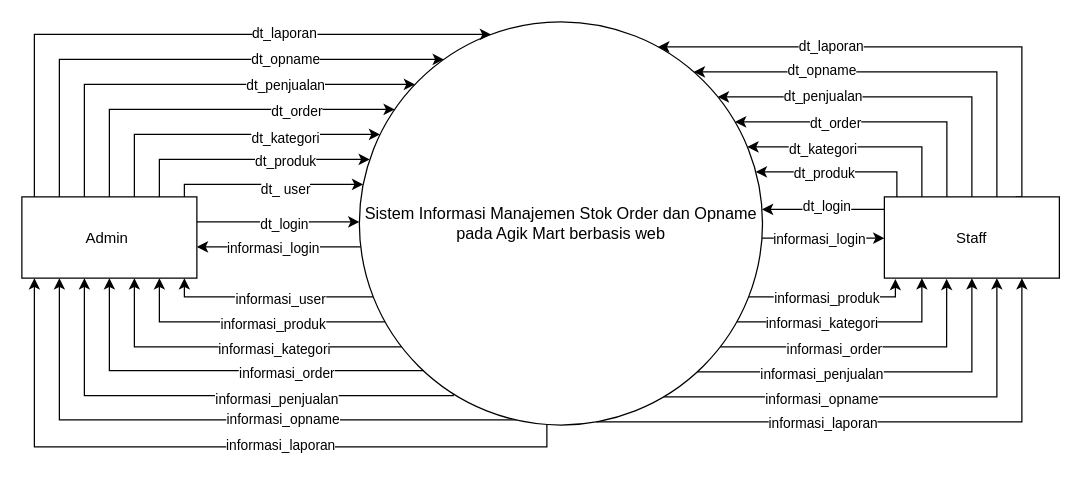
The draw.io diagram page "Konteks" (1 of 9) of SIOPS/All Diagram.drawio in KadekYuda/SIOPS, before the edit. Source tidied: cells renumbered, new cells numbered last; positions are measured from the earlier drawing's top-left corner, leaving out a move shared by most shapes. Both pictures are drawn from the tidied source at 125%, with x=0, y=0 at pixel (21, 21).
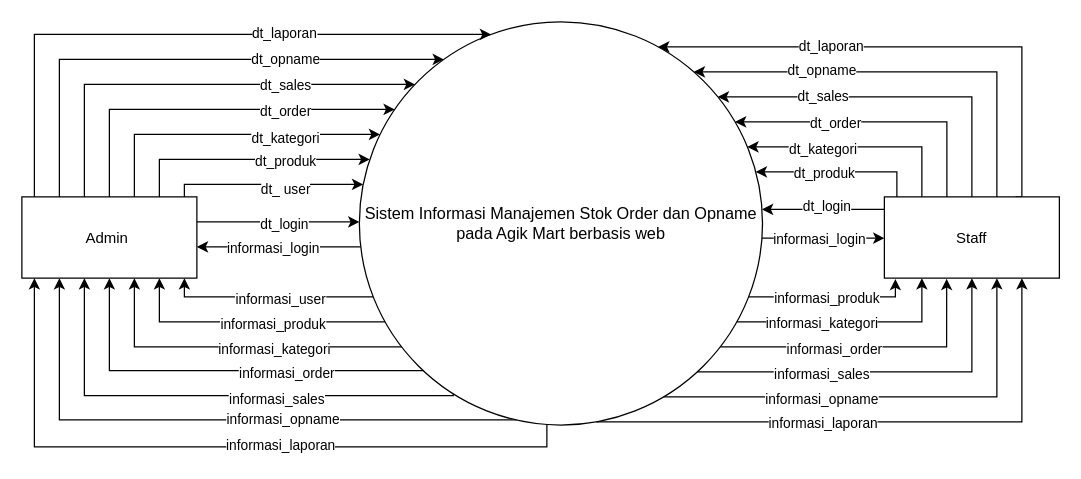
Above is the later version.

Unchanged cells that the change refers to:
```xml
<mxCell id="26" style="edgeStyle=orthogonalEdgeStyle;rounded=0;jettySize=auto;html=1;entryX=0.5;entryY=1;entryDx=0;entryDy=0;" parent="1" edge="1" source="22" target="32">
  <mxGeometry relative="1" as="geometry">
    <Array as="points">
      <mxPoint x="760" y="280" />
    </Array>
  </mxGeometry>
</mxCell>
<mxCell id="47" style="edgeStyle=orthogonalEdgeStyle;rounded=0;jettySize=auto;html=1;" parent="1" edge="1" source="23" target="22">
  <mxGeometry relative="1" as="geometry">
    <Array as="points">
      <mxPoint x="70" y="70" />
    </Array>
  </mxGeometry>
</mxCell>
<mxCell id="49" style="edgeStyle=orthogonalEdgeStyle;rounded=0;jettySize=auto;html=1;exitX=0.233;exitY=0.923;exitDx=0;exitDy=0;exitPerimeter=0;" parent="1" edge="1" source="22" target="23">
  <mxGeometry relative="1" as="geometry">
    <Array as="points">
      <mxPoint x="345" y="299" />
      <mxPoint x="50" y="299" />
    </Array>
  </mxGeometry>
</mxCell>
<mxCell id="51" style="edgeStyle=orthogonalEdgeStyle;rounded=0;jettySize=auto;html=1;" parent="1" edge="1" source="23" target="22">
  <mxGeometry relative="1" as="geometry">
    <Array as="points">
      <mxPoint x="50" y="50" />
    </Array>
  </mxGeometry>
</mxCell>
<mxCell id="61" style="edgeStyle=orthogonalEdgeStyle;rounded=0;jettySize=auto;html=1;" parent="1" edge="1" source="32" target="22">
  <mxGeometry relative="1" as="geometry">
    <Array as="points">
      <mxPoint x="760" y="60" />
    </Array>
  </mxGeometry>
</mxCell>
```

What changed in the source:
```diff
@@
-    <mxCell id="27" value="informasi_penjualan" style="edgeLabel;html=1;align=center;verticalAlign=middle;" parent="26" vertex="1">
+    <mxCell id="27" value="informasi_sales" style="edgeLabel;html=1;align=center;verticalAlign=middle;" parent="26" vertex="1">
       <mxGeometry x="-0.33" y="-1" relative="1" as="geometry" />
     </mxCell>
@@
     <mxCell id="48" value="dt_order" style="edgeLabel;html=1;align=center;verticalAlign=middle;" parent="47" vertex="1">
       <mxGeometry x="0.39" y="-1" relative="1" as="geometry">
-        <mxPoint x="12" as="offset" />
+        <mxPoint x="3" as="offset" />
       </mxGeometry>
     </mxCell>
@@
-    <mxCell id="50" value="informasi_penjualan" style="edgeLabel;html=1;align=center;verticalAlign=middle;" parent="49" vertex="1">
+    <mxCell id="50" value="informasi_sales" style="edgeLabel;html=1;align=center;verticalAlign=middle;" parent="49" vertex="1">
       <mxGeometry x="-0.25" y="2" relative="1" as="geometry">
         <mxPoint x="3" as="offset" />
       </mxGeometry>
     </mxCell>
@@
-    <mxCell id="52" value="dt_penjualan" style="edgeLabel;html=1;align=center;verticalAlign=middle;" parent="51" vertex="1">
+    <mxCell id="52" value="dt_sales" style="edgeLabel;html=1;align=center;verticalAlign=middle;" parent="51" vertex="1">
       <mxGeometry x="0.39" relative="1" as="geometry">
         <mxPoint x="4" as="offset" />
       </mxGeometry>
     </mxCell>
@@
-    <mxCell id="62" value="dt_penjualan" style="edgeLabel;html=1;align=center;verticalAlign=middle;" parent="61" vertex="1">
+    <mxCell id="62" value="dt_sales" style="edgeLabel;html=1;align=center;verticalAlign=middle;" parent="61" vertex="1">
       <mxGeometry x="0.37" y="-1" relative="1" as="geometry">
         <mxPoint x="-6" as="offset" />
       </mxGeometry>
     </mxCell>
```
